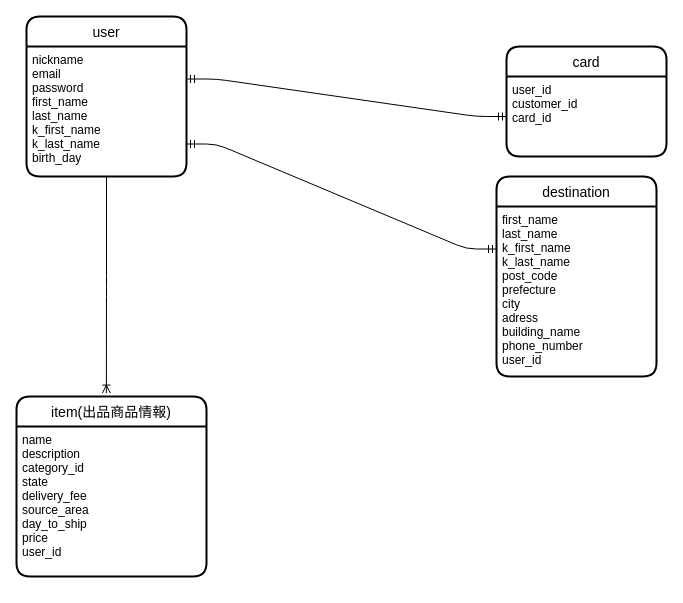
This is furima-33919.dio from katsu0510/furima-33919, a draw.io file, before an edit. Source tidied: cells renumbered, new cells numbered last; positions are measured from the earlier drawing's top-left corner, leaving out a move shared by most shapes. Both pictures are drawn from the tidied source at 100%, with x=0, y=0 at pixel (16, 16).
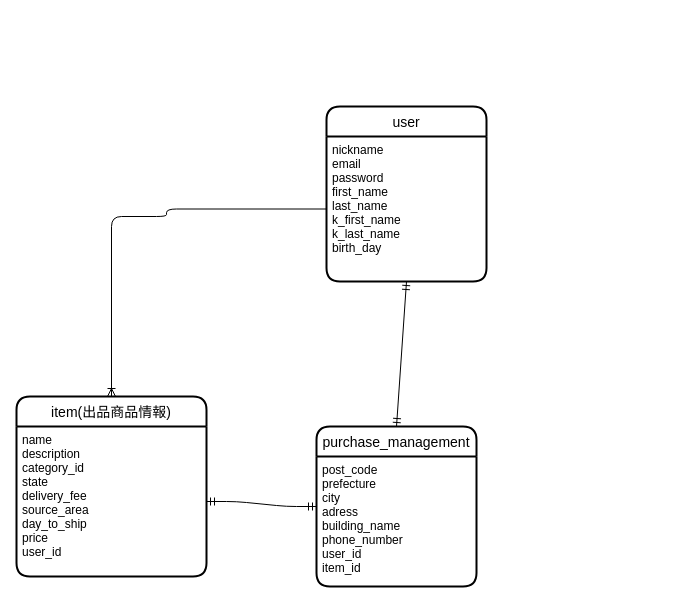
The same page after the edit.

Change to the diagram source:
```diff
@@
 <mxGraphModel>
   <root>
     <mxCell id="0" />
     <mxCell id="1" parent="0" />
-    <mxCell id="2" value="destination" style="swimlane;horizontal=1;startSize=30;rounded=1;fontSize=14;fontStyle=0;strokeWidth=2;shadow=0;dashed=0;align=center;" parent="1" vertex="1">
-      <mxGeometry x="480" y="160" width="160" height="200" as="geometry" />
-    </mxCell>
-    <mxCell id="3" value="first_name&#10;last_name&#10;k_first_name&#10;k_last_name&#10;post_code&#10;prefecture&#10;city&#10;adress&#10;building_name&#10;phone_number&#10;user_id" style="align=left;strokeColor=none;fillColor=none;spacingLeft=4;fontSize=12;verticalAlign=top;" parent="2" vertex="1">
-      <mxGeometry y="30" width="160" height="170" as="geometry" />
-    </mxCell>
     <mxCell id="4" value="user" style="swimlane;horizontal=1;startSize=30;rounded=1;fontSize=14;fontStyle=0;strokeWidth=2;shadow=0;dashed=0;align=center;" parent="1" vertex="1">
-      <mxGeometry x="10" width="160" height="160" as="geometry" />
+      <mxGeometry x="310" y="90" width="160" height="175" as="geometry" />
     </mxCell>
-    <mxCell id="5" value="nickname&#10;email&#10;password&#10;first_name&#10;last_name&#10;k_first_name&#10;k_last_name&#10;birth_day&#10;&#10;" style="align=left;strokeColor=none;fillColor=none;spacingLeft=4;fontSize=12;verticalAlign=top;" parent="4" vertex="1">
-      <mxGeometry y="30" width="160" height="130" as="geometry" />
+    <mxCell id="5" value="nickname&#10;email&#10;password&#10;first_name&#10;last_name&#10;k_first_name&#10;k_last_name&#10;birth_day" style="align=left;strokeColor=none;fillColor=none;spacingLeft=4;fontSize=12;verticalAlign=top;" parent="4" vertex="1">
+      <mxGeometry y="30" width="160" height="145" as="geometry" />
     </mxCell>
     <mxCell id="6" value="item(出品商品情報)" style="swimlane;horizontal=1;startSize=30;rounded=1;fontSize=14;fontStyle=0;strokeWidth=2;shadow=0;dashed=0;align=center;" parent="1" vertex="1">
       <mxGeometry y="380" width="190" height="180" as="geometry" />
     </mxCell>
     <mxCell id="7" value="name&#10;description&#10;category_id&#10;state&#10;delivery_fee&#10;source_area&#10;day_to_ship&#10;price&#10;user_id&#10;&#10;" style="align=left;strokeColor=none;fillColor=none;spacingLeft=4;fontSize=12;verticalAlign=top;" parent="6" vertex="1">
       <mxGeometry y="30" width="190" height="150" as="geometry" />
     </mxCell>
-    <mxCell id="8" value="card" style="swimlane;horizontal=1;startSize=30;rounded=1;fontSize=14;fontStyle=0;strokeWidth=2;shadow=0;dashed=0;align=center;" parent="1" vertex="1">
-      <mxGeometry x="490" y="30" width="160" height="110" as="geometry" />
-    </mxCell>
-    <mxCell id="9" value="user_id&#10;customer_id&#10;card_id" style="align=left;strokeColor=none;fillColor=none;spacingLeft=4;fontSize=12;verticalAlign=top;" parent="8" vertex="1">
-      <mxGeometry y="30" width="160" height="80" as="geometry" />
-    </mxCell>
-    <mxCell id="10" style="edgeStyle=entityRelationEdgeStyle;fontSize=12;html=1;endArrow=ERmandOne;startArrow=ERmandOne;entryX=0;entryY=0.25;entryDx=0;entryDy=0;exitX=1;exitY=0.75;exitDx=0;exitDy=0;" parent="1" edge="1" source="5" target="3">
-      <mxGeometry relative="1" as="geometry" />
-    </mxCell>
-    <mxCell id="11" style="edgeStyle=entityRelationEdgeStyle;fontSize=12;html=1;endArrow=ERmandOne;startArrow=ERmandOne;entryX=0;entryY=0.5;entryDx=0;entryDy=0;exitX=1;exitY=0.25;exitDx=0;exitDy=0;" parent="1" edge="1" source="5" target="9">
-      <mxGeometry relative="1" as="geometry" />
-    </mxCell>
-    <mxCell id="12" style="edgeStyle=orthogonalEdgeStyle;fontSize=12;html=1;endArrow=ERoneToMany;entryX=0.473;entryY=-0.019;entryDx=0;entryDy=0;entryPerimeter=0;exitX=0.5;exitY=1;exitDx=0;exitDy=0;" parent="1" edge="1" source="4" target="6">
-      <mxGeometry relative="1" as="geometry" />
-    </mxCell>
+    <mxCell id="13" value="purchase_management" style="swimlane;horizontal=1;startSize=30;rounded=1;fontSize=14;fontStyle=0;strokeWidth=2;shadow=0;dashed=0;align=center;" parent="1" vertex="1">
+      <mxGeometry x="300" y="410" width="160" height="160" as="geometry" />
+    </mxCell>
+    <mxCell id="14" value="post_code&#10;prefecture&#10;city&#10;adress&#10;building_name&#10;phone_number&#10;user_id&#10;item_id" style="align=left;strokeColor=none;fillColor=none;spacingLeft=4;fontSize=12;verticalAlign=top;" parent="13" vertex="1">
+      <mxGeometry y="30" width="160" height="130" as="geometry" />
+    </mxCell>
+    <mxCell id="15" style="edgeStyle=entityRelationEdgeStyle;fontSize=12;html=1;endArrow=ERmandOne;startArrow=ERmandOne;exitX=1;exitY=0.5;exitDx=0;exitDy=0;entryX=0;entryY=0.5;entryDx=0;entryDy=0;" parent="1" edge="1" source="7" target="13">
+      <mxGeometry relative="1" as="geometry" />
+    </mxCell>
+    <mxCell id="16" style="fontSize=12;html=1;endArrow=ERmandOne;startArrow=ERmandOne;entryX=0.5;entryY=1;entryDx=0;entryDy=0;exitX=0.5;exitY=0;exitDx=0;exitDy=0;" parent="1" edge="1" source="13" target="5">
+      <mxGeometry relative="1" as="geometry" />
+    </mxCell>
+    <mxCell id="17" style="edgeStyle=orthogonalEdgeStyle;fontSize=12;html=1;endArrow=ERoneToMany;entryX=0.5;entryY=0;entryDx=0;entryDy=0;exitX=0;exitY=0.5;exitDx=0;exitDy=0;" parent="1" edge="1" source="5" target="6">
+      <mxGeometry relative="1" as="geometry">
+        <Array as="points">
+          <mxPoint x="150" y="193" />
+          <mxPoint x="150" y="200" />
+          <mxPoint x="95" y="200" />
+        </Array>
+      </mxGeometry>
+    </mxCell>
   </root>
 </mxGraphModel>
```
